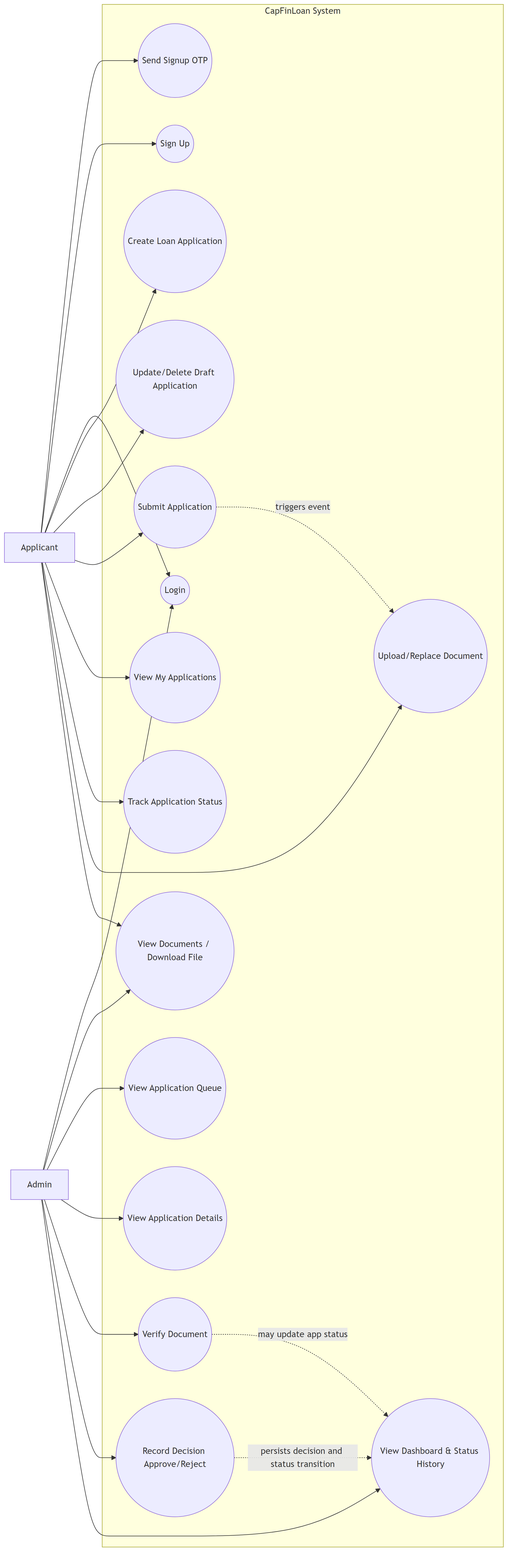
Earlier version of the Mermaid export Docs/usecase-diagram.png (Harsha260419/FastTrack-CapFinLoan). Its source is kept beside it as Docs/usecase-diagram.mmd.
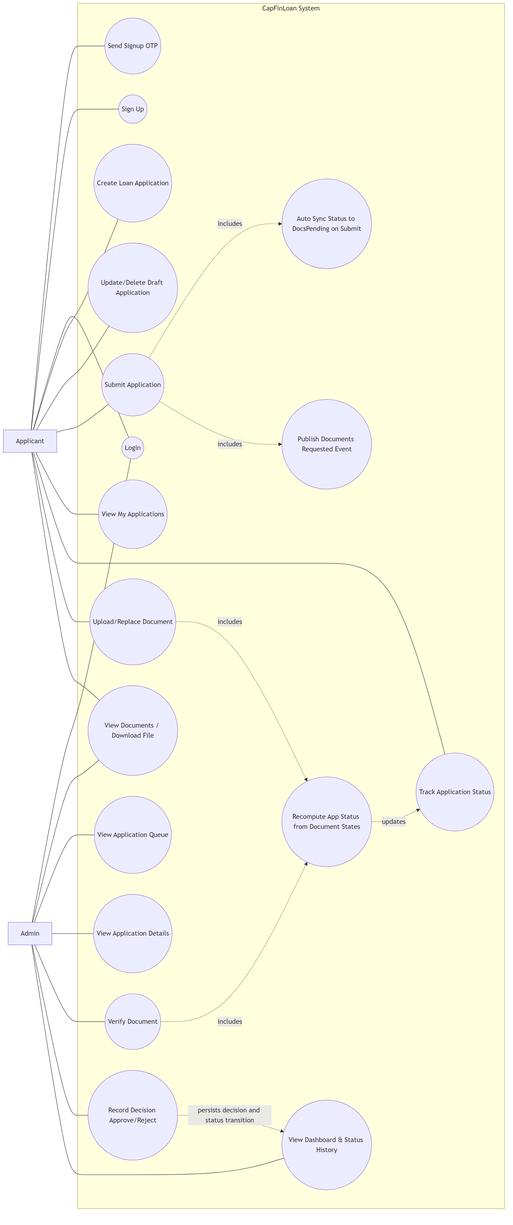
The same diagram one commit later.

Commit message:
doc status updation

Change to the diagram source:
```diff
@@ -18,27 +18,33 @@
       UC13((Verify Document))
       UC14((Record Decision Approve/Reject))
       UC15((View Dashboard & Status History))
+      UC16((Auto Sync Status to DocsPending on Submit))
+      UC17((Publish Documents Requested Event))
+      UC18((Recompute App Status from Document States))
     end
 
-    AP --> UC1
-    AP --> UC2
-    AP --> UC3
-    AP --> UC4
-    AP --> UC5
-    AP --> UC6
-    AP --> UC7
-    AP --> UC8
-    AP --> UC9
-    AP --> UC10
+    AP --- UC1
+    AP --- UC2
+    AP --- UC3
+    AP --- UC4
+    AP --- UC5
+    AP --- UC6
+    AP --- UC7
+    AP --- UC8
+    AP --- UC9
+    AP --- UC10
 
-    AD --> UC3
-    AD --> UC10
-    AD --> UC11
-    AD --> UC12
-    AD --> UC13
-    AD --> UC14
-    AD --> UC15
+    AD --- UC3
+    AD --- UC10
+    AD --- UC11
+    AD --- UC12
+    AD --- UC13
+    AD --- UC14
+    AD --- UC15
 
-    UC6 -. triggers event .-> UC9
-    UC13 -. may update app status .-> UC15
+    UC6 -. includes .-> UC16
+    UC6 -. includes .-> UC17
+    UC9 -. includes .-> UC18
+    UC13 -. includes .-> UC18
+    UC18 -. updates .-> UC8
     UC14 -. persists decision and status transition .-> UC15
```
